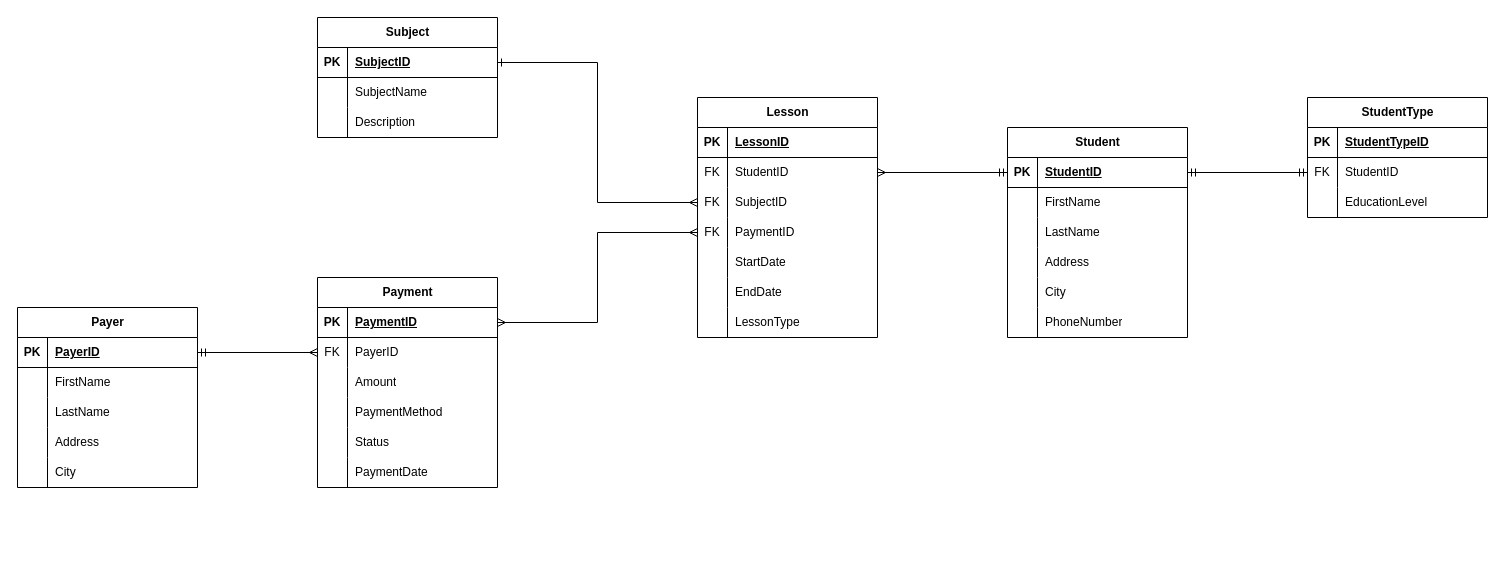
Earlier version of the draw.io diagram SteveJobs/DATA-MANAGEMENT/ProfPrivato/prof_privato_diagramma_er.dio (DavideDamico/ITS-Steve-Jobs). Source tidied: cells renumbered, new cells numbered last; positions are measured from the earlier drawing's top-left corner, leaving out a move shared by most shapes. Both pictures are drawn from the tidied source at 100%, with x=0, y=0 at pixel (17, 17).
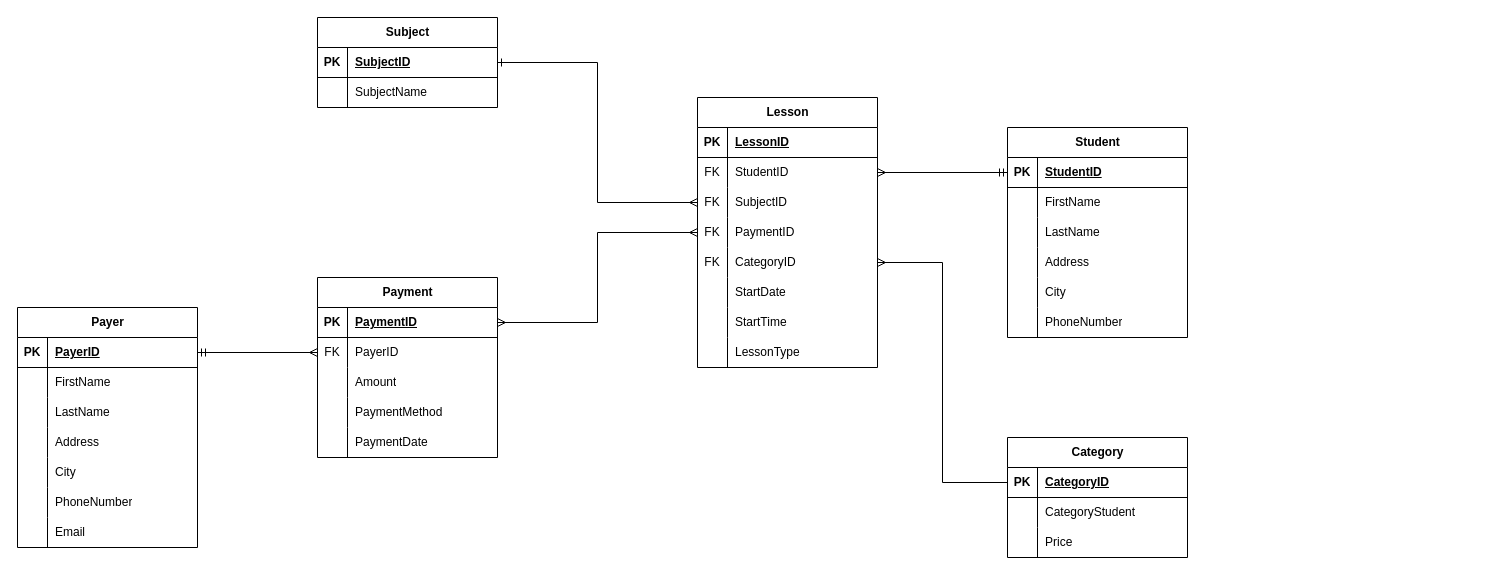
The same diagram, later.

Unchanged cells that the change refers to:
```xml
<mxCell id="70" style="shape=tableRow;horizontal=0;startSize=0;swimlaneHead=0;swimlaneBody=0;fillColor=none;points=[[0,0.5],[1,0.5]];portConstraint=eastwest;top=0;left=0;right=0;bottom=1;" parent="69" vertex="1">
  <mxGeometry y="30" width="180" height="30" as="geometry" />
</mxCell>
```

What changed in the source:
```diff
@@
     <mxCell id="2" value="Payer" style="shape=table;startSize=30;childLayout=tableLayout;rowLines=0;fontStyle=1;align=center;html=1;" parent="1" vertex="1">
-      <mxGeometry y="290" width="180" height="180" as="geometry" />
+      <mxGeometry y="290" width="180" height="240" as="geometry" />
     </mxCell>
@@
+    <mxCell id="63" style="shape=tableRow;horizontal=0;startSize=0;swimlaneHead=0;swimlaneBody=0;fillColor=none;top=0;left=0;right=0;bottom=0;" parent="2" vertex="1">
+      <mxGeometry y="180" width="180" height="30" as="geometry" />
+    </mxCell>
+    <mxCell id="103" style="shape=partialRectangle;fillColor=none;top=0;left=0;bottom=0;right=0;overflow=hidden;whiteSpace=wrap;html=1;" parent="63" vertex="1">
+      <mxGeometry width="30" height="30" as="geometry" />
+    </mxCell>
+    <mxCell id="104" value="PhoneNumber" style="shape=partialRectangle;fillColor=none;top=0;left=0;bottom=0;right=0;align=left;spacingLeft=6;overflow=hidden;whiteSpace=wrap;html=1;" parent="63" vertex="1">
+      <mxGeometry x="30" width="150" height="30" as="geometry" />
+    </mxCell>
+    <mxCell id="105" style="shape=tableRow;horizontal=0;startSize=0;swimlaneHead=0;swimlaneBody=0;fillColor=none;top=0;left=0;right=0;bottom=0;" parent="2" vertex="1">
+      <mxGeometry y="210" width="180" height="30" as="geometry" />
+    </mxCell>
+    <mxCell id="106" style="shape=partialRectangle;fillColor=none;top=0;left=0;bottom=0;right=0;overflow=hidden;whiteSpace=wrap;html=1;" parent="105" vertex="1">
+      <mxGeometry width="30" height="30" as="geometry" />
+    </mxCell>
+    <mxCell id="107" value="Email" style="shape=partialRectangle;fillColor=none;top=0;left=0;bottom=0;right=0;align=left;spacingLeft=6;overflow=hidden;whiteSpace=wrap;html=1;" parent="105" vertex="1">
+      <mxGeometry x="30" width="150" height="30" as="geometry" />
+    </mxCell>
     <mxCell id="18" value="Payment" style="shape=table;startSize=30;childLayout=tableLayout;rowLines=0;fontStyle=1;align=center;html=1;" parent="1" vertex="1">
-      <mxGeometry x="300" y="260" width="180" height="210" as="geometry" />
+      <mxGeometry x="300" y="260" width="180" height="180" as="geometry" />
     </mxCell>
@@
-    <mxCell id="31" style="shape=tableRow;horizontal=0;startSize=0;swimlaneHead=0;swimlaneBody=0;fillColor=none;points=[[0,0.5],[1,0.5]];portConstraint=eastwest;top=0;left=0;right=0;bottom=0;" parent="18" vertex="1">
-      <mxGeometry y="150" width="180" height="30" as="geometry" />
-    </mxCell>
-    <mxCell id="32" style="shape=partialRectangle;fillColor=none;top=0;left=0;bottom=0;right=0;overflow=hidden;whiteSpace=wrap;html=1;" parent="31" vertex="1">
-      <mxGeometry width="30" height="30" as="geometry" />
-    </mxCell>
-    <mxCell id="33" value="Status" style="shape=partialRectangle;fillColor=none;top=0;left=0;bottom=0;right=0;align=left;spacingLeft=6;overflow=hidden;whiteSpace=wrap;html=1;" parent="31" vertex="1">
-      <mxGeometry x="30" width="150" height="30" as="geometry" />
-    </mxCell>
     <mxCell id="34" style="shape=tableRow;horizontal=0;startSize=0;swimlaneHead=0;swimlaneBody=0;fillColor=none;top=0;left=0;right=0;bottom=0;" parent="18" vertex="1">
-      <mxGeometry y="180" width="180" height="30" as="geometry" />
+      <mxGeometry y="150" width="180" height="30" as="geometry" />
     </mxCell>
@@
     <mxCell id="37" value="Subject" style="shape=table;startSize=30;childLayout=tableLayout;rowLines=0;fontStyle=1;align=center;html=1;" parent="1" vertex="1">
-      <mxGeometry x="300" width="180" height="120" as="geometry" />
+      <mxGeometry x="300" width="180" height="90" as="geometry" />
     </mxCell>
@@
-    <mxCell id="44" style="shape=tableRow;horizontal=0;startSize=0;swimlaneHead=0;swimlaneBody=0;fillColor=none;top=0;left=0;right=0;bottom=0;" parent="37" vertex="1">
-      <mxGeometry y="90" width="180" height="30" as="geometry" />
-    </mxCell>
-    <mxCell id="45" style="shape=partialRectangle;fillColor=none;top=0;left=0;bottom=0;right=0;overflow=hidden;whiteSpace=wrap;html=1;" parent="44" vertex="1">
-      <mxGeometry width="30" height="30" as="geometry" />
-    </mxCell>
-    <mxCell id="46" value="Description" style="shape=partialRectangle;fillColor=none;top=0;left=0;bottom=0;right=0;align=left;spacingLeft=6;overflow=hidden;whiteSpace=wrap;html=1;" parent="44" vertex="1">
-      <mxGeometry x="30" width="150" height="30" as="geometry" />
-    </mxCell>
     <mxCell id="47" value="Lesson" style="shape=table;startSize=30;childLayout=tableLayout;rowLines=0;fontStyle=1;align=center;html=1;" parent="1" vertex="1">
-      <mxGeometry x="680" y="80" width="180" height="240" as="geometry" />
+      <mxGeometry x="680" y="80" width="180" height="270" as="geometry" />
     </mxCell>
@@
+    <mxCell id="31" style="shape=tableRow;horizontal=0;startSize=0;swimlaneHead=0;swimlaneBody=0;fillColor=none;points=[[0,0.5],[1,0.5]];portConstraint=eastwest;top=0;left=0;right=0;bottom=0;" parent="47" vertex="1">
+      <mxGeometry y="150" width="180" height="30" as="geometry" />
+    </mxCell>
+    <mxCell id="93" value="FK" style="shape=partialRectangle;fillColor=none;top=0;left=0;bottom=0;right=0;overflow=hidden;whiteSpace=wrap;html=1;" parent="31" vertex="1">
+      <mxGeometry width="30" height="30" as="geometry" />
+    </mxCell>
+    <mxCell id="108" value="CategoryID" style="shape=partialRectangle;fillColor=none;top=0;left=0;bottom=0;right=0;align=left;spacingLeft=6;overflow=hidden;whiteSpace=wrap;html=1;" parent="31" vertex="1">
+      <mxGeometry x="30" width="150" height="30" as="geometry" />
+    </mxCell>
     <mxCell id="60" style="shape=tableRow;horizontal=0;startSize=0;swimlaneHead=0;swimlaneBody=0;fillColor=none;top=0;left=0;right=0;bottom=0;" parent="47" vertex="1">
-      <mxGeometry y="150" width="180" height="30" as="geometry" />
+      <mxGeometry y="180" width="180" height="30" as="geometry" />
     </mxCell>
@@
-    <mxCell id="63" style="shape=tableRow;horizontal=0;startSize=0;swimlaneHead=0;swimlaneBody=0;fillColor=none;top=0;left=0;right=0;bottom=0;" parent="47" vertex="1">
-      <mxGeometry y="180" width="180" height="30" as="geometry" />
-    </mxCell>
-    <mxCell id="64" style="shape=partialRectangle;fillColor=none;top=0;left=0;bottom=0;right=0;overflow=hidden;whiteSpace=wrap;html=1;" parent="63" vertex="1">
-      <mxGeometry width="30" height="30" as="geometry" />
-    </mxCell>
-    <mxCell id="65" value="EndDate" style="shape=partialRectangle;fillColor=none;top=0;left=0;bottom=0;right=0;align=left;spacingLeft=6;overflow=hidden;whiteSpace=wrap;html=1;" parent="63" vertex="1">
-      <mxGeometry x="30" width="150" height="30" as="geometry" />
-    </mxCell>
+    <mxCell id="109" style="shape=tableRow;horizontal=0;startSize=0;swimlaneHead=0;swimlaneBody=0;fillColor=none;top=0;left=0;right=0;bottom=0;" parent="47" vertex="1">
+      <mxGeometry y="210" width="180" height="30" as="geometry" />
+    </mxCell>
+    <mxCell id="110" style="shape=partialRectangle;fillColor=none;top=0;left=0;bottom=0;right=0;overflow=hidden;whiteSpace=wrap;html=1;" parent="109" vertex="1">
+      <mxGeometry width="30" height="30" as="geometry" />
+    </mxCell>
+    <mxCell id="111" value="StartTime" style="shape=partialRectangle;fillColor=none;top=0;left=0;bottom=0;right=0;align=left;spacingLeft=6;overflow=hidden;whiteSpace=wrap;html=1;" parent="109" vertex="1">
+      <mxGeometry x="30" width="150" height="30" as="geometry" />
+    </mxCell>
     <mxCell id="66" style="shape=tableRow;horizontal=0;startSize=0;swimlaneHead=0;swimlaneBody=0;fillColor=none;top=0;left=0;right=0;bottom=0;" parent="47" vertex="1">
-      <mxGeometry y="210" width="180" height="30" as="geometry" />
+      <mxGeometry y="240" width="180" height="30" as="geometry" />
     </mxCell>
@@
-    <mxCell id="88" value="StudentType" style="shape=table;startSize=30;childLayout=tableLayout;rowLines=0;fontStyle=1;align=center;html=1;" parent="1" vertex="1">
-      <mxGeometry x="1290" y="80" width="180" height="120" as="geometry" />
-    </mxCell>
-    <mxCell id="89" style="shape=tableRow;horizontal=0;startSize=0;swimlaneHead=0;swimlaneBody=0;fillColor=none;points=[[0,0.5],[1,0.5]];portConstraint=eastwest;top=0;left=0;right=0;bottom=1;" parent="88" vertex="1">
-      <mxGeometry y="30" width="180" height="30" as="geometry" />
-    </mxCell>
-    <mxCell id="90" value="PK" style="shape=partialRectangle;fillColor=none;top=0;left=0;bottom=0;right=0;fontStyle=1;overflow=hidden;whiteSpace=wrap;html=1;" parent="89" vertex="1">
-      <mxGeometry width="30" height="30" as="geometry" />
-    </mxCell>
-    <mxCell id="91" value="StudentTypeID" style="shape=partialRectangle;fillColor=none;top=0;left=0;bottom=0;right=0;align=left;spacingLeft=6;fontStyle=5;overflow=hidden;whiteSpace=wrap;html=1;" parent="89" vertex="1">
-      <mxGeometry x="30" width="150" height="30" as="geometry" />
-    </mxCell>
-    <mxCell id="92" style="shape=tableRow;horizontal=0;startSize=0;swimlaneHead=0;swimlaneBody=0;fillColor=none;points=[[0,0.5],[1,0.5]];portConstraint=eastwest;top=0;left=0;right=0;bottom=0;" parent="88" vertex="1">
-      <mxGeometry y="60" width="180" height="30" as="geometry" />
-    </mxCell>
-    <mxCell id="93" value="FK" style="shape=partialRectangle;fillColor=none;top=0;left=0;bottom=0;right=0;overflow=hidden;whiteSpace=wrap;html=1;" parent="92" vertex="1">
-      <mxGeometry width="30" height="30" as="geometry" />
-    </mxCell>
-    <mxCell id="94" value="StudentID" style="shape=partialRectangle;fillColor=none;top=0;left=0;bottom=0;right=0;align=left;spacingLeft=6;overflow=hidden;whiteSpace=wrap;html=1;" parent="92" vertex="1">
-      <mxGeometry x="30" width="150" height="30" as="geometry" />
-    </mxCell>
-    <mxCell id="95" style="shape=tableRow;horizontal=0;startSize=0;swimlaneHead=0;swimlaneBody=0;fillColor=none;top=0;left=0;right=0;bottom=0;" parent="88" vertex="1">
-      <mxGeometry y="90" width="180" height="30" as="geometry" />
-    </mxCell>
-    <mxCell id="96" style="shape=partialRectangle;fillColor=none;top=0;left=0;bottom=0;right=0;overflow=hidden;whiteSpace=wrap;html=1;" parent="95" vertex="1">
-      <mxGeometry width="30" height="30" as="geometry" />
-    </mxCell>
-    <mxCell id="97" value="EducationLevel" style="shape=partialRectangle;fillColor=none;top=0;left=0;bottom=0;right=0;align=left;spacingLeft=6;overflow=hidden;whiteSpace=wrap;html=1;" parent="95" vertex="1">
-      <mxGeometry x="30" width="150" height="30" as="geometry" />
-    </mxCell>
@@
-    <mxCell id="102" style="endArrow=ERmandOne;html=1;rounded=0;exitX=1;exitY=0.5;exitDx=0;exitDy=0;entryX=0;entryY=0.5;entryDx=0;entryDy=0;endFill=0;startArrow=ERmandOne;startFill=0;" parent="1" edge="1" source="70" target="92">
-      <mxGeometry relative="1" as="geometry" />
-    </mxCell>
+    <mxCell id="112" value="Category" style="shape=table;startSize=30;childLayout=tableLayout;rowLines=0;fontStyle=1;align=center;html=1;" parent="1" vertex="1">
+      <mxGeometry x="990" y="420" width="180" height="120" as="geometry" />
+    </mxCell>
+    <mxCell id="89" style="shape=tableRow;horizontal=0;startSize=0;swimlaneHead=0;swimlaneBody=0;fillColor=none;points=[[0,0.5],[1,0.5]];portConstraint=eastwest;top=0;left=0;right=0;bottom=1;" parent="112" vertex="1">
+      <mxGeometry y="30" width="180" height="30" as="geometry" />
+    </mxCell>
+    <mxCell id="90" value="PK" style="shape=partialRectangle;fillColor=none;top=0;left=0;bottom=0;right=0;fontStyle=1;overflow=hidden;whiteSpace=wrap;html=1;" parent="89" vertex="1">
+      <mxGeometry width="30" height="30" as="geometry" />
+    </mxCell>
+    <mxCell id="113" value="CategoryID" style="shape=partialRectangle;fillColor=none;top=0;left=0;bottom=0;right=0;align=left;spacingLeft=6;fontStyle=5;overflow=hidden;whiteSpace=wrap;html=1;" parent="89" vertex="1">
+      <mxGeometry x="30" width="150" height="30" as="geometry" />
+    </mxCell>
+    <mxCell id="92" style="shape=tableRow;horizontal=0;startSize=0;swimlaneHead=0;swimlaneBody=0;fillColor=none;points=[[0,0.5],[1,0.5]];portConstraint=eastwest;top=0;left=0;right=0;bottom=0;" parent="112" vertex="1">
+      <mxGeometry y="60" width="180" height="30" as="geometry" />
+    </mxCell>
+    <mxCell id="114" style="shape=partialRectangle;fillColor=none;top=0;left=0;bottom=0;right=0;overflow=hidden;whiteSpace=wrap;html=1;" parent="92" vertex="1">
+      <mxGeometry width="30" height="30" as="geometry" />
+    </mxCell>
+    <mxCell id="115" value="CategoryStudent" style="shape=partialRectangle;fillColor=none;top=0;left=0;bottom=0;right=0;align=left;spacingLeft=6;overflow=hidden;whiteSpace=wrap;html=1;" parent="92" vertex="1">
+      <mxGeometry x="30" width="150" height="30" as="geometry" />
+    </mxCell>
+    <mxCell id="116" style="shape=tableRow;horizontal=0;startSize=0;swimlaneHead=0;swimlaneBody=0;fillColor=none;top=0;left=0;right=0;bottom=0;" parent="112" vertex="1">
+      <mxGeometry y="90" width="180" height="30" as="geometry" />
+    </mxCell>
+    <mxCell id="117" style="shape=partialRectangle;fillColor=none;top=0;left=0;bottom=0;right=0;overflow=hidden;whiteSpace=wrap;html=1;" parent="116" vertex="1">
+      <mxGeometry width="30" height="30" as="geometry" />
+    </mxCell>
+    <mxCell id="118" value="Price" style="shape=partialRectangle;fillColor=none;top=0;left=0;bottom=0;right=0;align=left;spacingLeft=6;overflow=hidden;whiteSpace=wrap;html=1;" parent="116" vertex="1">
+      <mxGeometry x="30" width="150" height="30" as="geometry" />
+    </mxCell>
+    <mxCell id="119" style="endArrow=none;html=1;rounded=0;exitX=1;exitY=0.5;exitDx=0;exitDy=0;entryX=0;entryY=0.5;entryDx=0;entryDy=0;edgeStyle=orthogonalEdgeStyle;startArrow=ERmany;startFill=0;" parent="1" edge="1" source="31" target="89">
+      <mxGeometry relative="1" as="geometry" />
+    </mxCell>
```
